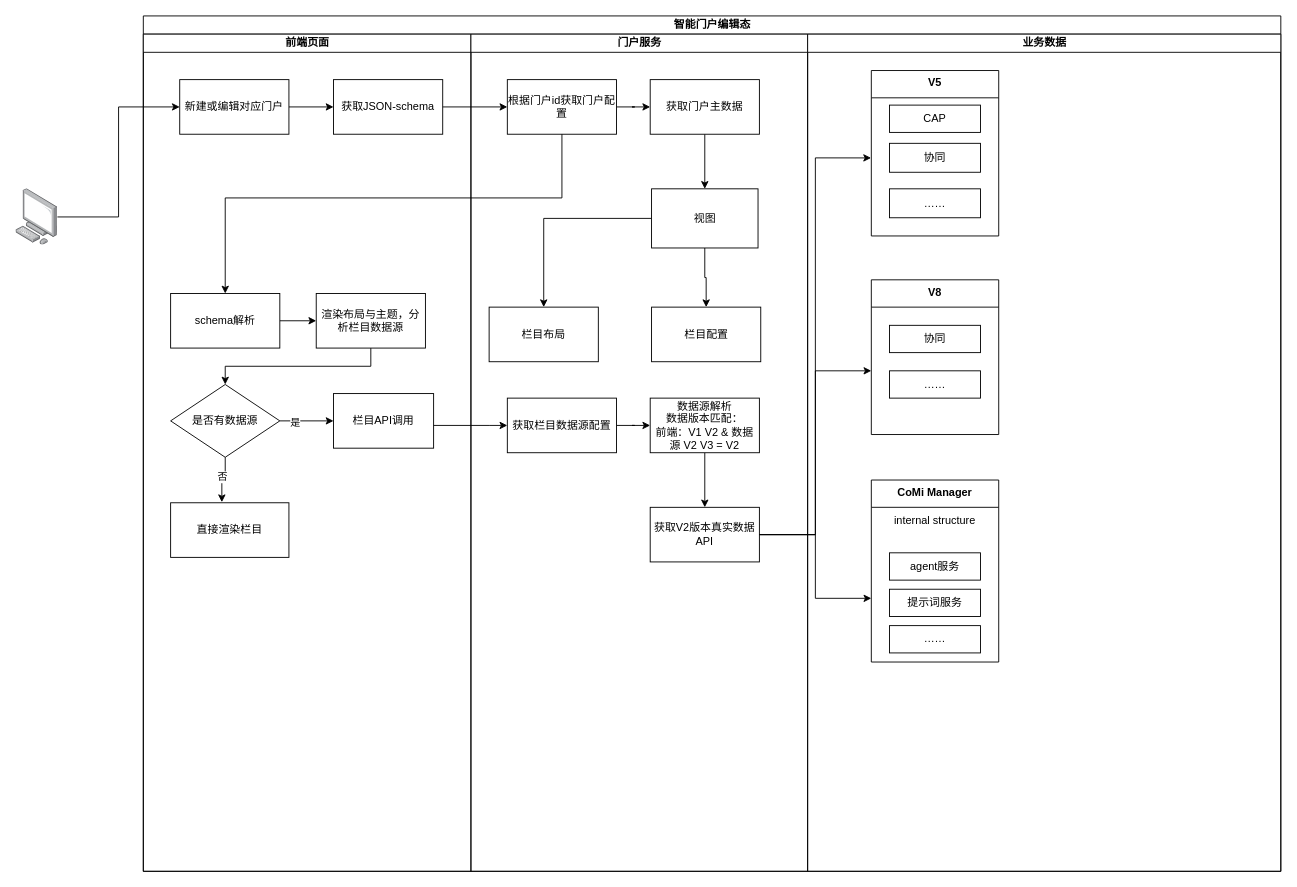
wangweiccmo/drawio keeps this draw.io diagram as 门户编辑态.drawio. Above is the earlier version. Source tidied: cells renumbered, new cells numbered last; positions are measured from the earlier drawing's top-left corner, leaving out a move shared by most shapes. Both pictures are drawn from the tidied source at 91%, with x=0, y=0 at pixel (15, 15).
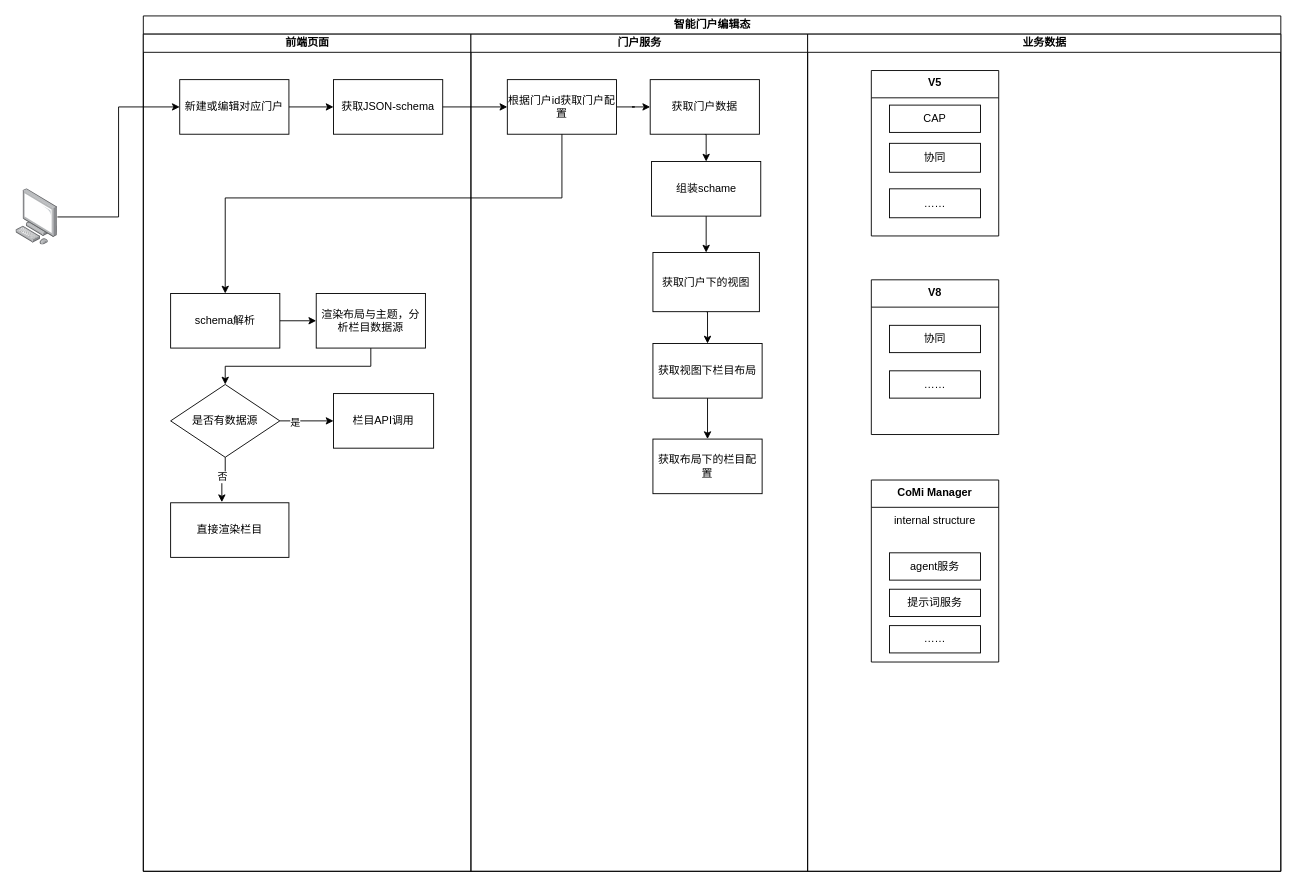
Above is the later version.

Commit message (it also covers changes not shown here):
更新门户编辑态.drawio

The change refers to these unchanged cells:
```xml
<mxCell id="2" value="智能门户编辑态" style="swimlane;startSize=20;html=1;" parent="1" vertex="1">
  <mxGeometry x="140" width="1250" height="940" as="geometry" />
</mxCell>
<mxCell id="11" value="栏目API调用" style="rounded=0;whiteSpace=wrap;html=1;" parent="3" vertex="1">
  <mxGeometry x="209" y="395" width="110" height="60" as="geometry" />
</mxCell>
<mxCell id="18" value="门户服务" style="swimlane;startSize=20;html=1;" parent="2" vertex="1">
  <mxGeometry x="360" y="20" width="370" height="920" as="geometry" />
</mxCell>
<mxCell id="35" style="swimlane;fontStyle=1;align=center;verticalAlign=top;horizontal=1;startSize=0;html=1;strokeColor=none;fillColor=none;" parent="34" vertex="1">
  <mxGeometry y="30" width="140" height="151.8" as="geometry" />
</mxCell>
<mxCell id="40" value="&#10;&lt;span style=&quot;color: rgb(0, 0, 0); font-family: Helvetica; font-size: 12px; font-style: normal; font-variant-ligatures: normal; font-variant-caps: normal; font-weight: 400; letter-spacing: normal; orphans: 2; text-align: center; text-indent: 0px; text-transform: none; widows: 2; word-spacing: 0px; -webkit-text-stroke-width: 0px; white-space: normal; background-color: rgb(236, 236, 236); text-decoration-thickness: initial; text-decoration-style: initial; text-decoration-color: initial; display: inline !important; float: none;&quot;&gt;……&lt;/span&gt;&#10;&#10;" style="swimlane;fontStyle=1;align=center;verticalAlign=top;horizontal=1;startSize=0;html=1;strokeColor=none;fillColor=none;" parent="39" vertex="1">
  <mxGeometry y="30" width="140" height="140" as="geometry" />
</mxCell>
<mxCell id="45" style="swimlane;fontStyle=1;align=center;verticalAlign=top;horizontal=1;startSize=0;html=1;strokeColor=none;fillColor=none;" parent="43" vertex="1">
  <mxGeometry y="60" width="140" height="140" as="geometry" />
</mxCell>
```

The edit, as a diff of the source:
```diff
@@
-    <mxCell id="21" style="edgeStyle=orthogonalEdgeStyle;rounded=0;jettySize=auto;html=1;" parent="18" edge="1" source="22" target="32">
-      <mxGeometry relative="1" as="geometry" />
-    </mxCell>
+    <mxCell id="57" style="edgeStyle=orthogonalEdgeStyle;rounded=0;jettySize=auto;html=1;exitX=0.5;exitY=1;exitDx=0;exitDy=0;entryX=0.5;entryY=0;entryDx=0;entryDy=0;" parent="18" edge="1" source="22" target="60">
+      <mxGeometry relative="1" as="geometry" />
+    </mxCell>
-    <mxCell id="22" value="获取门户主数据" style="rounded=0;whiteSpace=wrap;html=1;" parent="18" vertex="1">
+    <mxCell id="22" value="获取门户数据" style="rounded=0;whiteSpace=wrap;html=1;" parent="18" vertex="1">
       <mxGeometry x="197" y="50" width="120" height="60" as="geometry" />
     </mxCell>
-    <mxCell id="23" style="edgeStyle=orthogonalEdgeStyle;rounded=0;jettySize=auto;html=1;entryX=0;entryY=0.5;entryDx=0;entryDy=0;" parent="18" edge="1" source="24" target="26">
-      <mxGeometry relative="1" as="geometry" />
-    </mxCell>
-    <mxCell id="24" value="获取栏目数据源配置" style="rounded=0;whiteSpace=wrap;html=1;" parent="18" vertex="1">
-      <mxGeometry x="40" y="400" width="120" height="60" as="geometry" />
-    </mxCell>
-    <mxCell id="25" style="edgeStyle=orthogonalEdgeStyle;rounded=0;jettySize=auto;html=1;entryX=0.5;entryY=0;entryDx=0;entryDy=0;" parent="18" edge="1" source="26" target="27">
-      <mxGeometry relative="1" as="geometry" />
-    </mxCell>
-    <mxCell id="26" value="数据源解析&lt;div&gt;数据版本匹配：&lt;/div&gt;&lt;div&gt;前端：V1 V2 &amp;amp; 数据源 V2 V3 = V2&lt;/div&gt;" style="rounded=0;whiteSpace=wrap;html=1;" parent="18" vertex="1">
-      <mxGeometry x="197" y="400" width="120" height="60" as="geometry" />
-    </mxCell>
-    <mxCell id="27" value="获取V2版本真实数据API" style="rounded=0;whiteSpace=wrap;html=1;" parent="18" vertex="1">
-      <mxGeometry x="197" y="520" width="120" height="60" as="geometry" />
-    </mxCell>
+    <mxCell id="58" style="edgeStyle=orthogonalEdgeStyle;rounded=0;jettySize=auto;html=1;exitX=0.5;exitY=1;exitDx=0;exitDy=0;entryX=0.5;entryY=0;entryDx=0;entryDy=0;" parent="18" edge="1" source="28" target="29">
+      <mxGeometry relative="1" as="geometry" />
+    </mxCell>
-    <mxCell id="28" value="栏目布局" style="rounded=0;whiteSpace=wrap;html=1;" parent="18" vertex="1">
-      <mxGeometry x="20" y="300" width="120" height="60" as="geometry" />
+    <mxCell id="28" value="获取视图下栏目布局" style="rounded=0;whiteSpace=wrap;html=1;" parent="18" vertex="1">
+      <mxGeometry x="200" y="340" width="120" height="60" as="geometry" />
     </mxCell>
-    <mxCell id="29" value="栏目配置" style="rounded=0;whiteSpace=wrap;html=1;" parent="18" vertex="1">
-      <mxGeometry x="198.5" y="300" width="120" height="60" as="geometry" />
+    <mxCell id="29" value="获取布局下的栏目配置" style="rounded=0;whiteSpace=wrap;html=1;" parent="18" vertex="1">
+      <mxGeometry x="200" y="445" width="120" height="60" as="geometry" />
     </mxCell>
-    <mxCell id="30" style="edgeStyle=orthogonalEdgeStyle;rounded=0;jettySize=auto;html=1;entryX=0.5;entryY=0;entryDx=0;entryDy=0;" parent="18" edge="1" source="32" target="28">
+    <mxCell id="30" style="edgeStyle=orthogonalEdgeStyle;rounded=0;jettySize=auto;html=1;exitX=0.5;exitY=1;exitDx=0;exitDy=0;entryX=0.5;entryY=0;entryDx=0;entryDy=0;" parent="18" edge="1" source="32" target="28">
       <mxGeometry relative="1" as="geometry" />
     </mxCell>
-    <mxCell id="31" style="edgeStyle=orthogonalEdgeStyle;rounded=0;jettySize=auto;html=1;entryX=0.5;entryY=0;entryDx=0;entryDy=0;" parent="18" edge="1" source="32" target="29">
-      <mxGeometry relative="1" as="geometry" />
-    </mxCell>
-    <mxCell id="32" value="视图" style="rounded=0;whiteSpace=wrap;html=1;" parent="18" vertex="1">
-      <mxGeometry x="198.5" y="170" width="117" height="65" as="geometry" />
+    <mxCell id="32" value="获取门户下的视图" style="rounded=0;whiteSpace=wrap;html=1;" parent="18" vertex="1">
+      <mxGeometry x="200" y="240" width="117" height="65" as="geometry" />
     </mxCell>
+    <mxCell id="59" style="edgeStyle=orthogonalEdgeStyle;rounded=0;jettySize=auto;html=1;exitX=0.5;exitY=1;exitDx=0;exitDy=0;" parent="18" edge="1" source="60" target="32">
+      <mxGeometry relative="1" as="geometry" />
+    </mxCell>
+    <mxCell id="60" value="组装schame" style="rounded=0;whiteSpace=wrap;html=1;" parent="18" vertex="1">
+      <mxGeometry x="198.5" y="140" width="120" height="60" as="geometry" />
+    </mxCell>
@@
-    <mxCell id="51" style="edgeStyle=orthogonalEdgeStyle;rounded=0;jettySize=auto;html=1;" parent="2" edge="1" source="11" target="24">
-      <mxGeometry relative="1" as="geometry">
-        <Array as="points">
-          <mxPoint x="380" y="450" />
-          <mxPoint x="380" y="450" />
-        </Array>
-      </mxGeometry>
-    </mxCell>
-    <mxCell id="52" style="edgeStyle=orthogonalEdgeStyle;rounded=0;jettySize=auto;html=1;" parent="2" edge="1" source="27" target="45">
-      <mxGeometry relative="1" as="geometry" />
-    </mxCell>
-    <mxCell id="53" style="edgeStyle=orthogonalEdgeStyle;rounded=0;jettySize=auto;html=1;entryX=0;entryY=0.5;entryDx=0;entryDy=0;" parent="2" edge="1" source="27" target="40">
-      <mxGeometry relative="1" as="geometry" />
-    </mxCell>
-    <mxCell id="54" style="edgeStyle=orthogonalEdgeStyle;rounded=0;jettySize=auto;html=1;entryX=-0.002;entryY=0.435;entryDx=0;entryDy=0;entryPerimeter=0;" parent="2" edge="1" source="27" target="35">
-      <mxGeometry relative="1" as="geometry" />
-    </mxCell>
```
